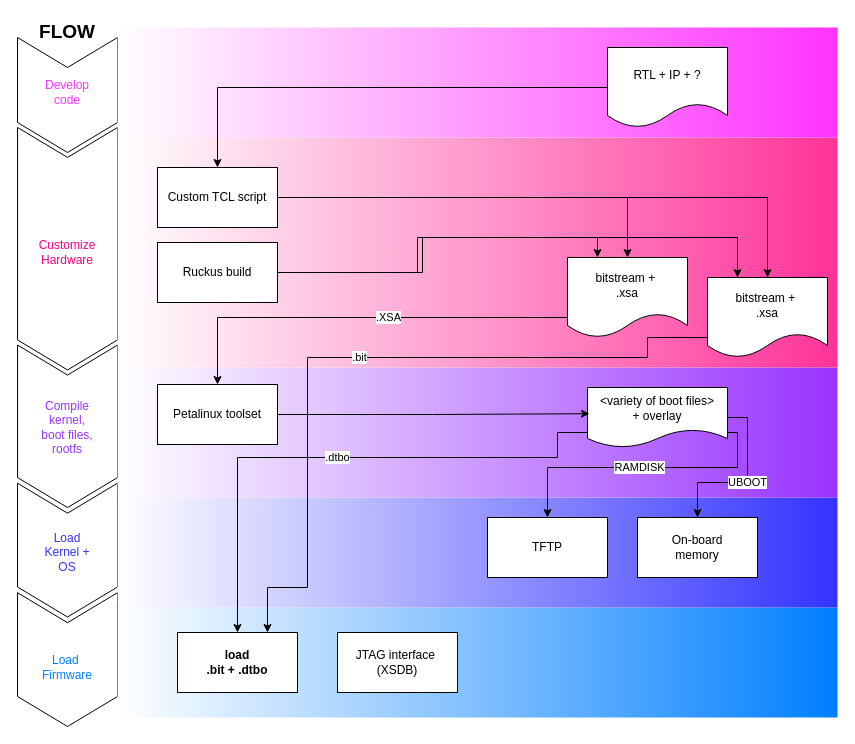
The draw.io diagram Kria_build_workflow.drawio in awhitbeck/drawio, before the edit. Source tidied: cells renumbered, new cells numbered last; positions are measured from the earlier drawing's top-left corner, leaving out a move shared by most shapes. Both pictures are drawn from the tidied source at 100%, with x=0, y=0 at pixel (-54, 17).
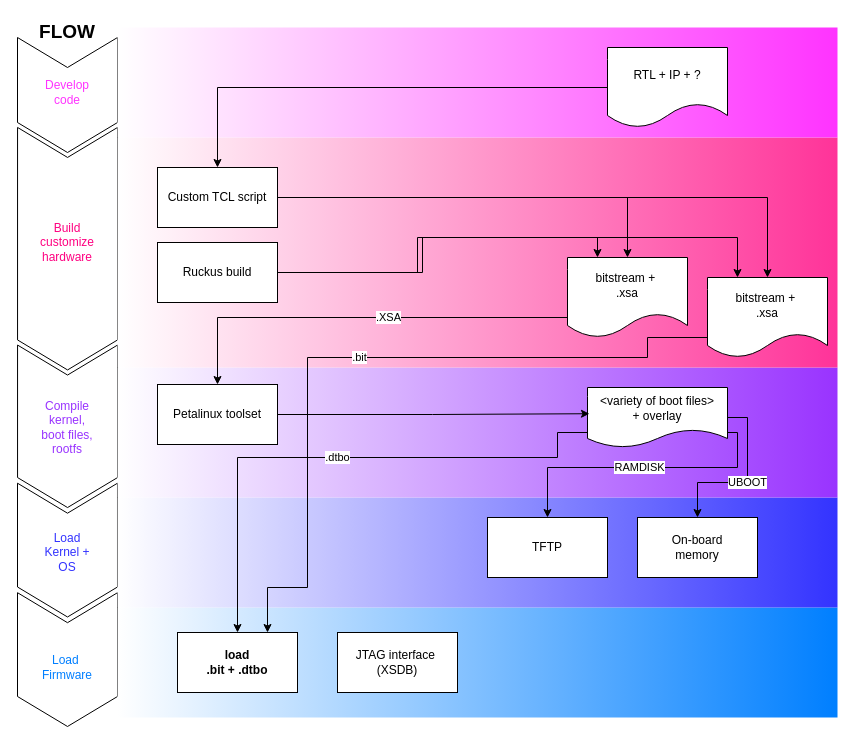
After the change.

Diff of the diagram source:
```diff
@@
-    <mxCell id="22" value="Customize&lt;div&gt;Hardware&lt;/div&gt;" style="text;html=1;align=center;verticalAlign=middle;whiteSpace=wrap;rounded=0;fontColor=#FF0080;" parent="1" vertex="1">
-      <mxGeometry x="91" y="220" width="60" height="30" as="geometry" />
+    <mxCell id="22" value="Build customize&lt;div&gt;hardware&lt;/div&gt;" style="text;html=1;align=center;verticalAlign=middle;whiteSpace=wrap;rounded=0;fontColor=#FF0080;" parent="1" vertex="1">
+      <mxGeometry x="91" y="200" width="60" height="50" as="geometry" />
     </mxCell>
```
